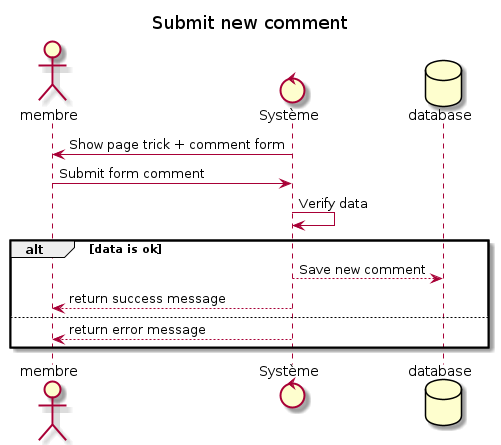
Above: Diagrammes/Submit new comment.png in dinasty-serv/p6_openclassrooms (PlantUML), before the change.
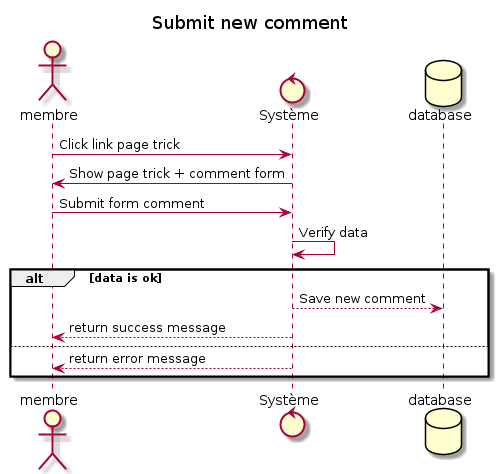
After the commit.

Commit message:
Review UML 19/03/2021 fix: un diagramme ne peut commencer par un lien provenant du système

The edit, as a diff of the source:
```diff
@@ -4,6 +4,7 @@
 
 control Système
 database database
+membre -> Système : Click link page trick
 Système -> membre: Show page trick + comment form
 
 membre -> Système: Submit form comment
```
